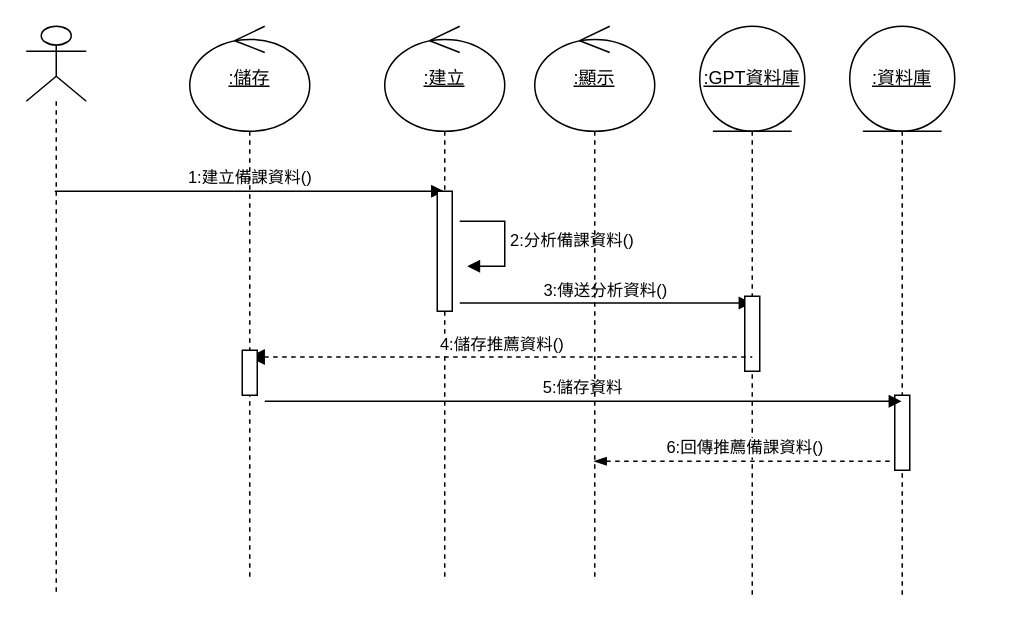
Earlier version of the draw.io diagram page "GPT身分" (2 of 2) of 循序圖(建議資料).drawio (Kevincheng0804/System-analysis). Source tidied: cells renumbered, new cells numbered last; positions are measured from the earlier drawing's top-left corner, leaving out a move shared by most shapes. Both pictures are drawn from the tidied source at 150%, with x=0, y=0 at pixel (26, 26).
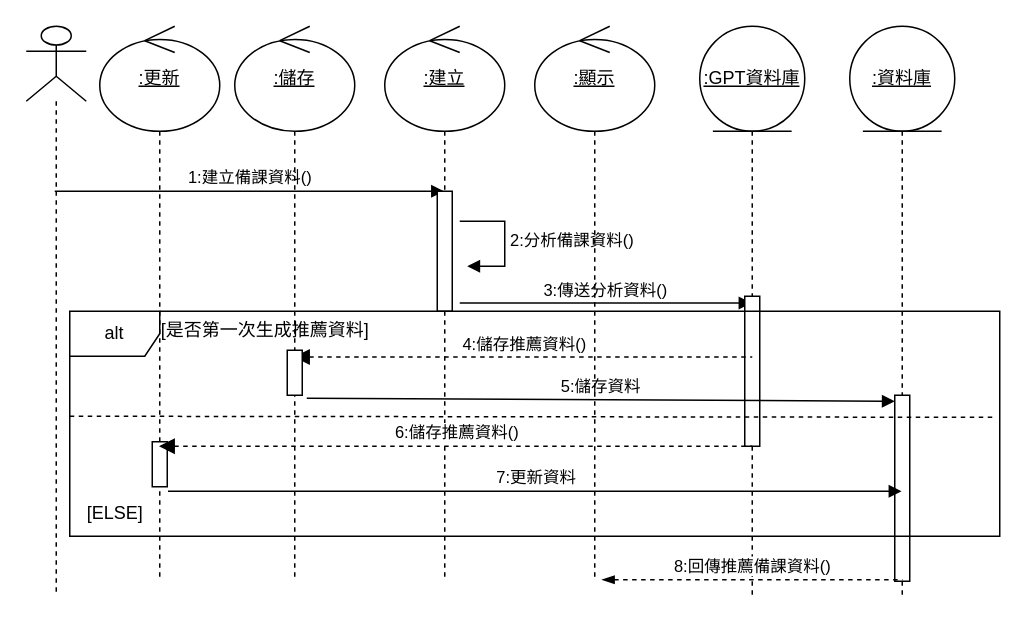
After the change.

The change refers to these unchanged cells:
```xml
<mxCell id="5" value="&lt;u&gt;:GPT資料庫&lt;/u&gt;" style="shape=umlLifeline;perimeter=lifelinePerimeter;whiteSpace=wrap;html=1;outlineConnect=0;portConstraint=eastwest;newEdgeStyle={&quot;curved&quot;:0,&quot;rounded&quot;:0};participant=umlEntity;size=70;" parent="1" vertex="1">
  <mxGeometry x="449" width="70" height="380" as="geometry" />
</mxCell>
<mxCell id="13" value="&lt;u&gt;:資料庫&lt;/u&gt;" style="shape=umlLifeline;perimeter=lifelinePerimeter;whiteSpace=wrap;html=1;outlineConnect=0;portConstraint=eastwest;newEdgeStyle={&quot;curved&quot;:0,&quot;rounded&quot;:0};participant=umlEntity;size=70;" parent="1" vertex="1">
  <mxGeometry x="549" width="70" height="380" as="geometry" />
</mxCell>
<mxCell id="17" value="&lt;u&gt;:顯示&lt;/u&gt;" style="shape=umlLifeline;perimeter=lifelinePerimeter;whiteSpace=wrap;html=1;outlineConnect=0;portConstraint=eastwest;newEdgeStyle={&quot;curved&quot;:0,&quot;rounded&quot;:0};participant=umlControl;size=70;" parent="1" vertex="1">
  <mxGeometry x="339" width="80" height="370" as="geometry" />
</mxCell>
```

What changed in the source:
```diff
@@
     <mxCell id="6" style="html=1;perimeter=orthogonalPerimeter;targetShapes=umlLifeline;newEdgeStyle={&quot;curved&quot;:0,&quot;rounded&quot;:0};" parent="5" vertex="1">
-      <mxGeometry x="30" y="180" width="10" height="50" as="geometry" />
+      <mxGeometry x="30" y="180" width="10" height="100" as="geometry" />
     </mxCell>
@@
     <mxCell id="11" value="&lt;u&gt;:儲存&lt;/u&gt;" style="shape=umlLifeline;perimeter=lifelinePerimeter;whiteSpace=wrap;html=1;outlineConnect=0;portConstraint=eastwest;newEdgeStyle={&quot;curved&quot;:0,&quot;rounded&quot;:0};participant=umlControl;size=70;" parent="1" vertex="1">
-      <mxGeometry x="109" width="80" height="370" as="geometry" />
+      <mxGeometry x="139" width="80" height="370" as="geometry" />
     </mxCell>
@@
     <mxCell id="14" style="html=1;perimeter=orthogonalPerimeter;targetShapes=umlLifeline;newEdgeStyle={&quot;curved&quot;:0,&quot;rounded&quot;:0};" parent="13" vertex="1">
-      <mxGeometry x="30" y="246" width="10" height="50" as="geometry" />
+      <mxGeometry x="30" y="246" width="10" height="124" as="geometry" />
     </mxCell>
-    <mxCell id="15" value="5:儲存資料" style="html=1;verticalAlign=bottom;startArrow=none;startFill=0;endArrow=block;startSize=8;" parent="1" edge="1" target="13">
+    <mxCell id="15" value="5:儲存資料" style="html=1;verticalAlign=bottom;startArrow=none;startFill=0;endArrow=block;startSize=8;" parent="1" edge="1">
       <mxGeometry relative="1" as="geometry">
-        <mxPoint x="159" y="250" as="sourcePoint" />
+        <mxPoint x="187" y="248" as="sourcePoint" />
+        <mxPoint x="579" y="250" as="targetPoint" />
       </mxGeometry>
     </mxCell>
-    <mxCell id="16" value="6:回傳推薦備課資料()" style="html=1;verticalAlign=bottom;endArrow=none;curved=0;rounded=0;dashed=1;startArrow=blockThin;startFill=1;endFill=0;entryX=-0.015;entryY=1;entryDx=0;entryDy=0;entryPerimeter=0;" parent="1" edge="1" source="17">
+    <mxCell id="16" value="8:回傳推薦備課資料()" style="html=1;verticalAlign=bottom;endArrow=none;curved=0;rounded=0;dashed=1;startArrow=blockThin;startFill=1;endFill=0;entryX=-0.015;entryY=1;entryDx=0;entryDy=0;entryPerimeter=0;" parent="1" edge="1">
       <mxGeometry relative="1" as="geometry">
-        <mxPoint x="579" y="290" as="targetPoint" />
+        <mxPoint x="383.8" y="369" as="sourcePoint" />
+        <mxPoint x="584.2" y="369" as="targetPoint" />
       </mxGeometry>
     </mxCell>
@@
+    <mxCell id="18" value="&lt;u&gt;:更新&lt;/u&gt;" style="shape=umlLifeline;perimeter=lifelinePerimeter;whiteSpace=wrap;html=1;outlineConnect=0;portConstraint=eastwest;newEdgeStyle={&quot;curved&quot;:0,&quot;rounded&quot;:0};participant=umlControl;size=70;" parent="1" vertex="1">
+      <mxGeometry x="49" width="80" height="370" as="geometry" />
+    </mxCell>
+    <mxCell id="19" style="html=1;perimeter=orthogonalPerimeter;targetShapes=umlLifeline;newEdgeStyle={&quot;curved&quot;:0,&quot;rounded&quot;:0};" parent="18" vertex="1">
+      <mxGeometry x="35" y="277" width="10" height="30" as="geometry" />
+    </mxCell>
+    <mxCell id="20" value="6:儲存推薦資料()" style="html=1;verticalAlign=bottom;startArrow=block;startFill=1;endArrow=none;startSize=8;endFill=0;dashed=1;" parent="1" edge="1" source="18">
+      <mxGeometry relative="1" as="geometry">
+        <mxPoint x="484" y="280" as="targetPoint" />
+      </mxGeometry>
+    </mxCell>
+    <mxCell id="21" value="7:更新資料" style="html=1;verticalAlign=bottom;startArrow=none;startFill=0;endArrow=block;startSize=8;" parent="1" edge="1" target="13">
+      <mxGeometry relative="1" as="geometry">
+        <mxPoint x="94.5" y="310" as="sourcePoint" />
+      </mxGeometry>
+    </mxCell>
+    <mxCell id="22" value="alt" style="shape=umlFrame;whiteSpace=wrap;html=1;" parent="1" vertex="1">
+      <mxGeometry x="29" y="190" width="620" height="150" as="geometry" />
+    </mxCell>
+    <mxCell id="23" value="[是否第一次生成推薦資料]" style="text;html=1;align=center;verticalAlign=middle;strokeColor=none;fillColor=none;" parent="1" vertex="1">
+      <mxGeometry x="79" y="188" width="160" height="30" as="geometry" />
+    </mxCell>
+    <mxCell id="24" value="[ELSE]" style="text;html=1;align=center;verticalAlign=middle;strokeColor=none;fillColor=none;" parent="1" vertex="1">
+      <mxGeometry x="29" y="310" width="60" height="30" as="geometry" />
+    </mxCell>
+    <mxCell id="25" style="endArrow=none;dashed=1;endFill=0;endSize=12;html=1;rounded=0;entryX=0.997;entryY=0.571;entryDx=0;entryDy=0;entryPerimeter=0;exitX=0.003;exitY=0.579;exitDx=0;exitDy=0;exitPerimeter=0;" parent="1" edge="1">
+      <mxGeometry relative="1" as="geometry">
+        <mxPoint x="29" y="260" as="sourcePoint" />
+        <mxPoint x="645.9" y="260.7" as="targetPoint" />
+      </mxGeometry>
+    </mxCell>
```
